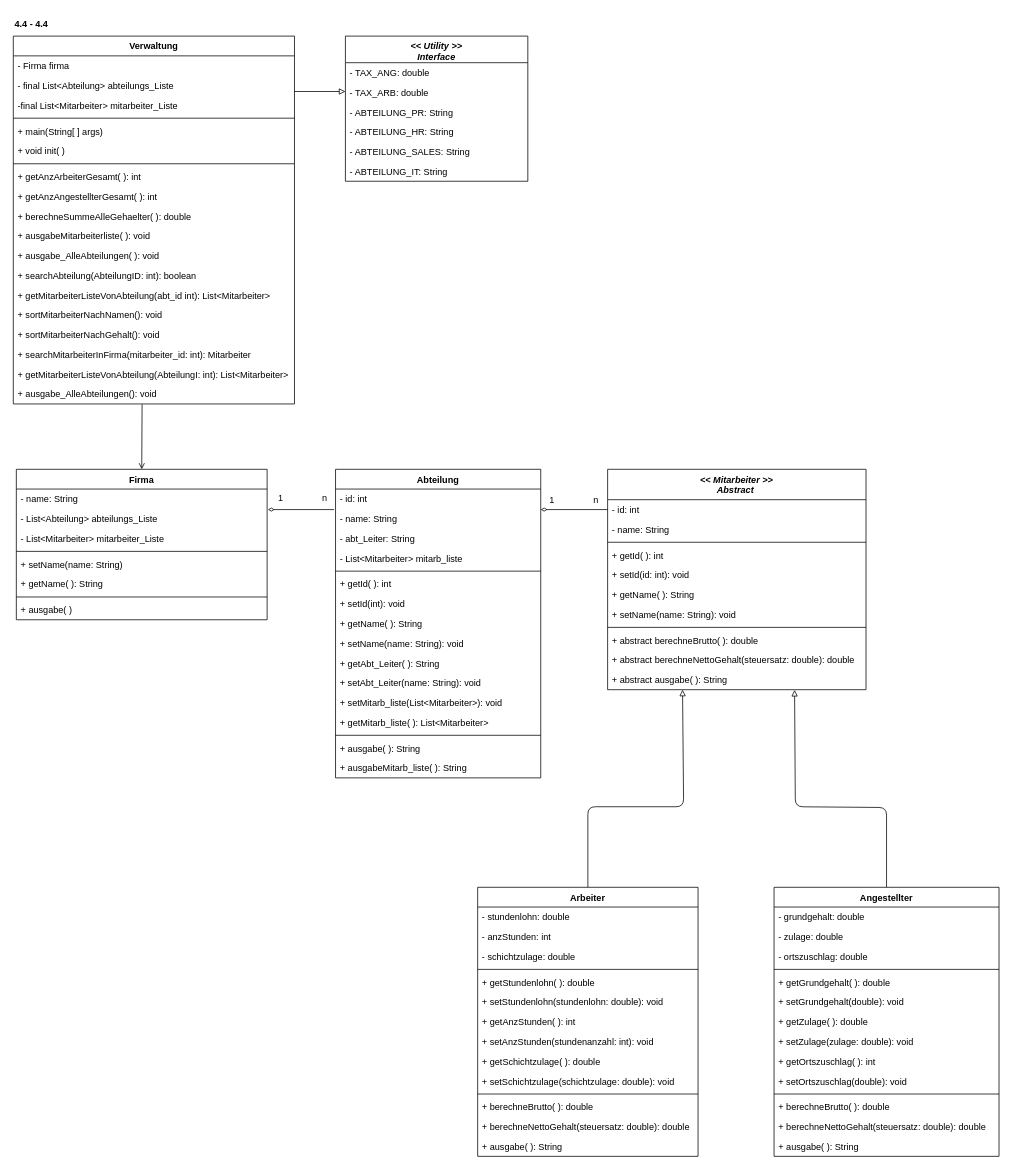
The draw.io diagram FirmaV4_3-4_4_ClassDiagram.drawio in mbalabanov/ClassDiagramFirmaV4_1, before the edit. Source tidied: cells renumbered, new cells numbered last; positions are measured from the earlier drawing's top-left corner, leaving out a move shared by most shapes. Both pictures are drawn from the tidied source at 76%, with x=0, y=0 at pixel (13, 13).
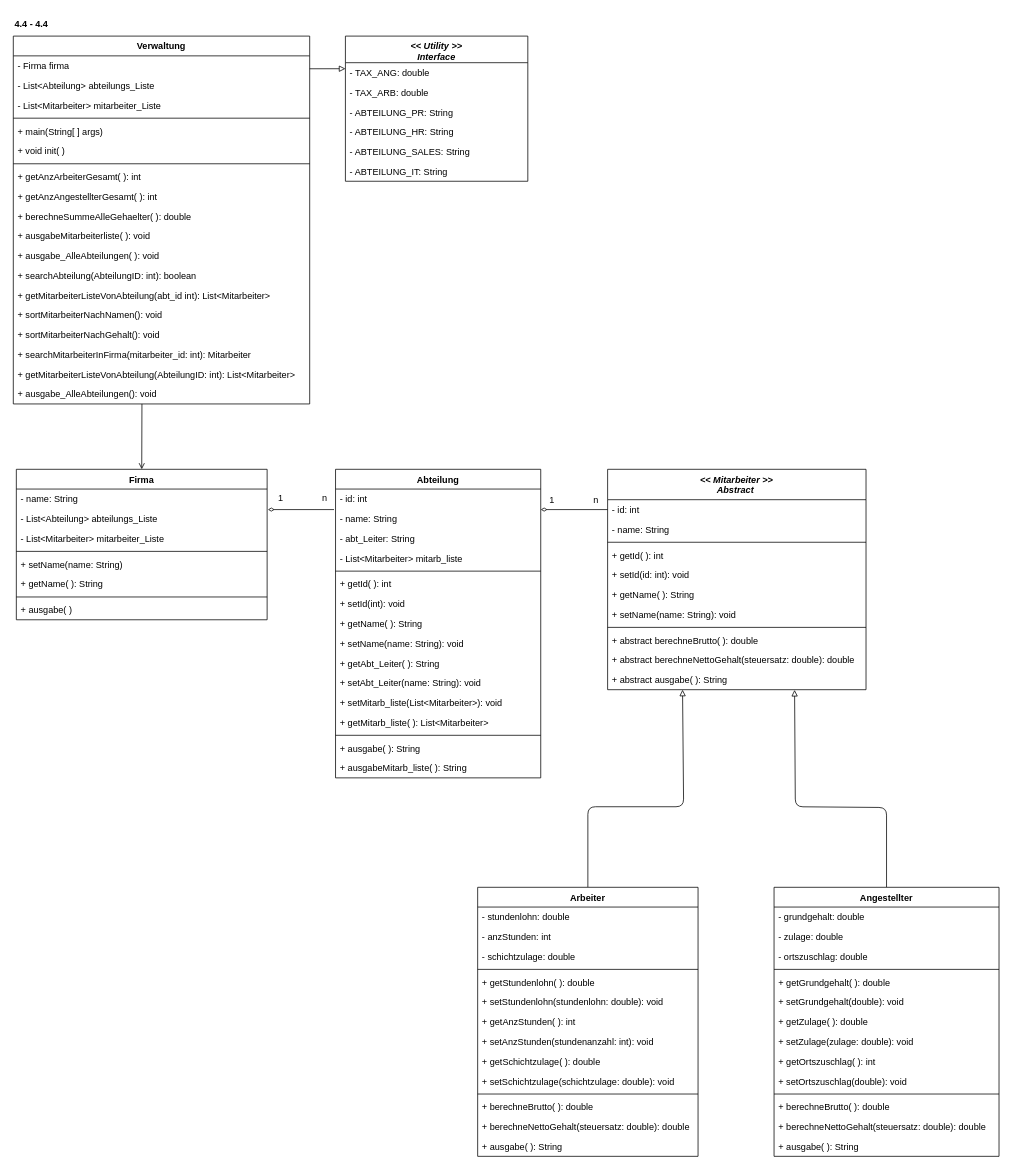
The same diagram, later.

Commit message (it also covers changes not shown here):
Updates UML Class Diagrams

Unchanged cells that the change refers to:
```xml
<mxCell id="87" value="Firma" style="swimlane;fontStyle=1;align=center;verticalAlign=top;horizontal=1;startSize=26;" parent="1" vertex="1">
  <mxGeometry x="4" y="600" width="330" height="198" as="geometry" />
</mxCell>
```

The edit, as a diff of the source:
```diff
@@
-    <mxCell id="46" style="edgeStyle=none;html=1;entryX=0.5;entryY=0;entryDx=0;entryDy=0;endArrow=open;endFill=0;exitX=0.458;exitY=1.022;exitDx=0;exitDy=0;exitPerimeter=0;" parent="1" edge="1" source="66" target="87">
+    <mxCell id="46" style="edgeStyle=none;html=1;entryX=0.5;entryY=0;entryDx=0;entryDy=0;endArrow=open;endFill=0;exitX=0.434;exitY=1;exitDx=0;exitDy=0;exitPerimeter=0;" parent="1" edge="1" source="66" target="87">
       <mxGeometry relative="1" as="geometry" />
     </mxCell>
     <mxCell id="47" value="Verwaltung" style="swimlane;fontStyle=1;align=center;verticalAlign=top;horizontal=1;startSize=26;" parent="1" vertex="1">
-      <mxGeometry y="30" width="370" height="484" as="geometry" />
+      <mxGeometry y="30" width="390" height="484" as="geometry" />
     </mxCell>
     <mxCell id="48" value="- Firma firma" style="text;strokeColor=none;fillColor=none;align=left;verticalAlign=top;spacingLeft=4;spacingRight=4;overflow=hidden;" parent="47" vertex="1">
-      <mxGeometry y="26" width="370" height="26" as="geometry" />
+      <mxGeometry y="26" width="390" height="26" as="geometry" />
     </mxCell>
-    <mxCell id="49" value="- final List&lt;Abteilung&gt; abteilungs_Liste" style="text;strokeColor=none;fillColor=none;align=left;verticalAlign=top;spacingLeft=4;spacingRight=4;overflow=hidden;" parent="47" vertex="1">
-      <mxGeometry y="52" width="370" height="26" as="geometry" />
+    <mxCell id="49" value="- List&lt;Abteilung&gt; abteilungs_Liste" style="text;strokeColor=none;fillColor=none;align=left;verticalAlign=top;spacingLeft=4;spacingRight=4;overflow=hidden;" parent="47" vertex="1">
+      <mxGeometry y="52" width="390" height="26" as="geometry" />
     </mxCell>
-    <mxCell id="50" value="-final List&lt;Mitarbeiter&gt; mitarbeiter_Liste" style="text;strokeColor=none;fillColor=none;align=left;verticalAlign=top;spacingLeft=4;spacingRight=4;overflow=hidden;" parent="47" vertex="1">
-      <mxGeometry y="78" width="370" height="26" as="geometry" />
+    <mxCell id="50" value="- List&lt;Mitarbeiter&gt; mitarbeiter_Liste" style="text;strokeColor=none;fillColor=none;align=left;verticalAlign=top;spacingLeft=4;spacingRight=4;overflow=hidden;" parent="47" vertex="1">
+      <mxGeometry y="78" width="390" height="26" as="geometry" />
     </mxCell>
     <mxCell id="51" style="line;strokeWidth=1;fillColor=none;align=left;verticalAlign=middle;spacingTop=-1;spacingLeft=3;spacingRight=3;labelPosition=right;strokeColor=inherit;" parent="47" vertex="1">
-      <mxGeometry y="104" width="370" height="8" as="geometry" />
+      <mxGeometry y="104" width="390" height="8" as="geometry" />
     </mxCell>
     <mxCell id="52" value="+ main(String[ ] args)" style="text;strokeColor=none;fillColor=none;align=left;verticalAlign=top;spacingLeft=4;spacingRight=4;overflow=hidden;" parent="47" vertex="1">
-      <mxGeometry y="112" width="370" height="26" as="geometry" />
+      <mxGeometry y="112" width="390" height="26" as="geometry" />
     </mxCell>
     <mxCell id="53" value="+ void init( )" style="text;strokeColor=none;fillColor=none;align=left;verticalAlign=top;spacingLeft=4;spacingRight=4;overflow=hidden;" parent="47" vertex="1">
-      <mxGeometry y="138" width="370" height="26" as="geometry" />
+      <mxGeometry y="138" width="390" height="26" as="geometry" />
     </mxCell>
     <mxCell id="54" style="line;strokeWidth=1;fillColor=none;align=left;verticalAlign=middle;spacingTop=-1;spacingLeft=3;spacingRight=3;labelPosition=right;strokeColor=inherit;" parent="47" vertex="1">
-      <mxGeometry y="164" width="370" height="8" as="geometry" />
+      <mxGeometry y="164" width="390" height="8" as="geometry" />
     </mxCell>
     <mxCell id="55" value="+ getAnzArbeiterGesamt( ): int" style="text;strokeColor=none;fillColor=none;align=left;verticalAlign=top;spacingLeft=4;spacingRight=4;overflow=hidden;" parent="47" vertex="1">
-      <mxGeometry y="172" width="370" height="26" as="geometry" />
+      <mxGeometry y="172" width="390" height="26" as="geometry" />
     </mxCell>
     <mxCell id="56" value="+ getAnzAngestellterGesamt( ): int" style="text;strokeColor=none;fillColor=none;align=left;verticalAlign=top;spacingLeft=4;spacingRight=4;overflow=hidden;" parent="47" vertex="1">
-      <mxGeometry y="198" width="370" height="26" as="geometry" />
+      <mxGeometry y="198" width="390" height="26" as="geometry" />
     </mxCell>
     <mxCell id="57" value="+ berechneSummeAlleGehaelter( ): double" style="text;strokeColor=none;fillColor=none;align=left;verticalAlign=top;spacingLeft=4;spacingRight=4;overflow=hidden;" parent="47" vertex="1">
-      <mxGeometry y="224" width="370" height="26" as="geometry" />
+      <mxGeometry y="224" width="390" height="26" as="geometry" />
     </mxCell>
     <mxCell id="58" value="+ ausgabeMitarbeiterliste( ): void" style="text;strokeColor=none;fillColor=none;align=left;verticalAlign=top;spacingLeft=4;spacingRight=4;overflow=hidden;" parent="47" vertex="1">
-      <mxGeometry y="250" width="370" height="26" as="geometry" />
+      <mxGeometry y="250" width="390" height="26" as="geometry" />
     </mxCell>
     <mxCell id="59" value="+ ausgabe_AlleAbteilungen( ): void" style="text;strokeColor=none;fillColor=none;align=left;verticalAlign=top;spacingLeft=4;spacingRight=4;overflow=hidden;" parent="47" vertex="1">
-      <mxGeometry y="276" width="370" height="26" as="geometry" />
+      <mxGeometry y="276" width="390" height="26" as="geometry" />
     </mxCell>
     <mxCell id="60" value="+ searchAbteilung(AbteilungID: int): boolean" style="text;strokeColor=none;fillColor=none;align=left;verticalAlign=top;spacingLeft=4;spacingRight=4;overflow=hidden;" parent="47" vertex="1">
-      <mxGeometry y="302" width="370" height="26" as="geometry" />
+      <mxGeometry y="302" width="390" height="26" as="geometry" />
     </mxCell>
     <mxCell id="61" value="+ getMitarbeiterListeVonAbteilung(abt_id int): List&lt;Mitarbeiter&gt;" style="text;strokeColor=none;fillColor=none;align=left;verticalAlign=top;spacingLeft=4;spacingRight=4;overflow=hidden;" parent="47" vertex="1">
-      <mxGeometry y="328" width="370" height="26" as="geometry" />
+      <mxGeometry y="328" width="390" height="26" as="geometry" />
     </mxCell>
     <mxCell id="62" value="+ sortMitarbeiterNachNamen(): void" style="text;strokeColor=none;fillColor=none;align=left;verticalAlign=top;spacingLeft=4;spacingRight=4;overflow=hidden;" parent="47" vertex="1">
-      <mxGeometry y="354" width="370" height="26" as="geometry" />
+      <mxGeometry y="354" width="390" height="26" as="geometry" />
     </mxCell>
     <mxCell id="63" value="+ sortMitarbeiterNachGehalt(): void" style="text;strokeColor=none;fillColor=none;align=left;verticalAlign=top;spacingLeft=4;spacingRight=4;overflow=hidden;" parent="47" vertex="1">
-      <mxGeometry y="380" width="370" height="26" as="geometry" />
+      <mxGeometry y="380" width="390" height="26" as="geometry" />
     </mxCell>
     <mxCell id="64" value="+ searchMitarbeiterInFirma(mitarbeiter_id: int): Mitarbeiter" style="text;strokeColor=none;fillColor=none;align=left;verticalAlign=top;spacingLeft=4;spacingRight=4;overflow=hidden;" parent="47" vertex="1">
-      <mxGeometry y="406" width="370" height="26" as="geometry" />
+      <mxGeometry y="406" width="390" height="26" as="geometry" />
     </mxCell>
-    <mxCell id="65" value="+ getMitarbeiterListeVonAbteilung(AbteilungI: int): List&lt;Mitarbeiter&gt;" style="text;strokeColor=none;fillColor=none;align=left;verticalAlign=top;spacingLeft=4;spacingRight=4;overflow=hidden;" parent="47" vertex="1">
-      <mxGeometry y="432" width="370" height="26" as="geometry" />
+    <mxCell id="65" value="+ getMitarbeiterListeVonAbteilung(AbteilungID: int): List&lt;Mitarbeiter&gt;" style="text;strokeColor=none;fillColor=none;align=left;verticalAlign=top;spacingLeft=4;spacingRight=4;overflow=hidden;" parent="47" vertex="1">
+      <mxGeometry y="432" width="390" height="26" as="geometry" />
     </mxCell>
     <mxCell id="66" value="+ ausgabe_AlleAbteilungen(): void" style="text;strokeColor=none;fillColor=none;align=left;verticalAlign=top;spacingLeft=4;spacingRight=4;overflow=hidden;points=[[0,0.5],[1,0.5]];portConstraint=eastwest;" parent="47" vertex="1">
-      <mxGeometry y="458" width="370" height="26" as="geometry" />
+      <mxGeometry y="458" width="390" height="26" as="geometry" />
     </mxCell>
@@
     <mxCell id="106" style="edgeStyle=none;html=1;fontColor=#da3434;endArrow=none;endFill=0;startArrow=block;startFill=0;" parent="1" edge="1">
       <mxGeometry relative="1" as="geometry">
-        <mxPoint x="437" y="102.9" as="sourcePoint" />
-        <mxPoint x="370" y="102.9" as="targetPoint" />
+        <mxPoint x="437" y="72.9" as="sourcePoint" />
+        <mxPoint x="390" y="73" as="targetPoint" />
       </mxGeometry>
     </mxCell>
```
